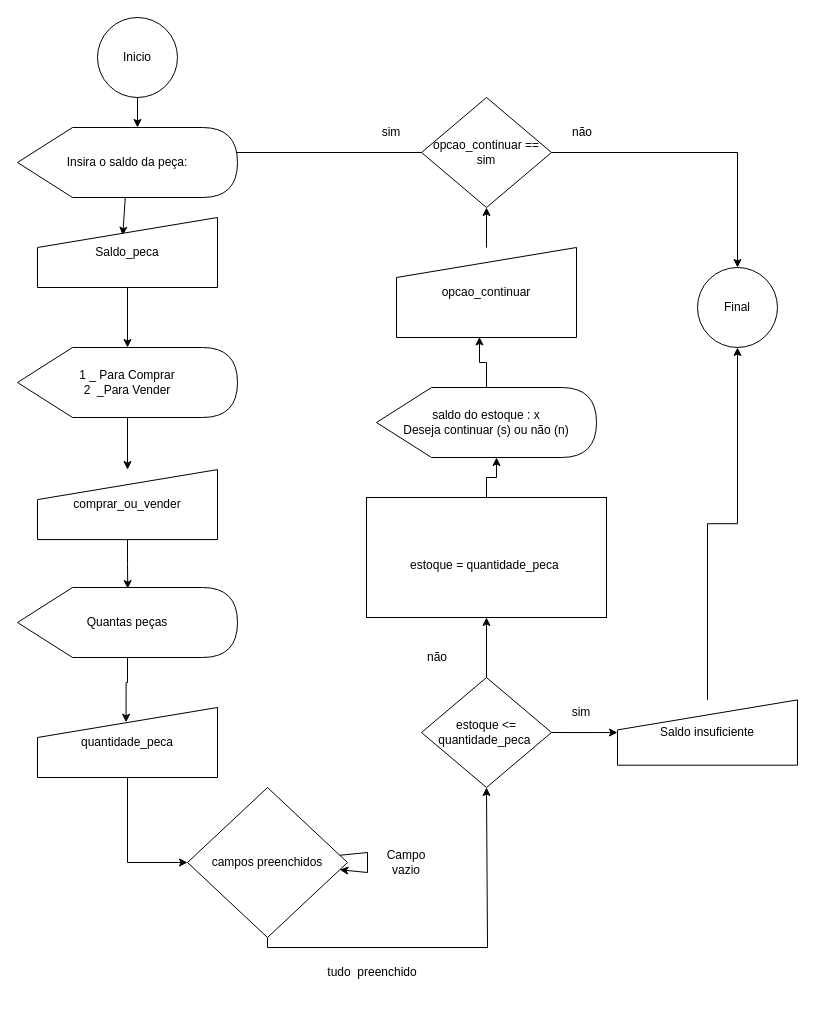
Wsanbey/Logica_de_programacao_do_senae keeps this draw.io diagram as Diagrama do projeto.drawio. Above is the earlier version. Source tidied: cells renumbered, new cells numbered last; positions are measured from the earlier drawing's top-left corner, leaving out a move shared by most shapes. Both pictures are drawn from the tidied source at 100%, with x=0, y=0 at pixel (17, 17).
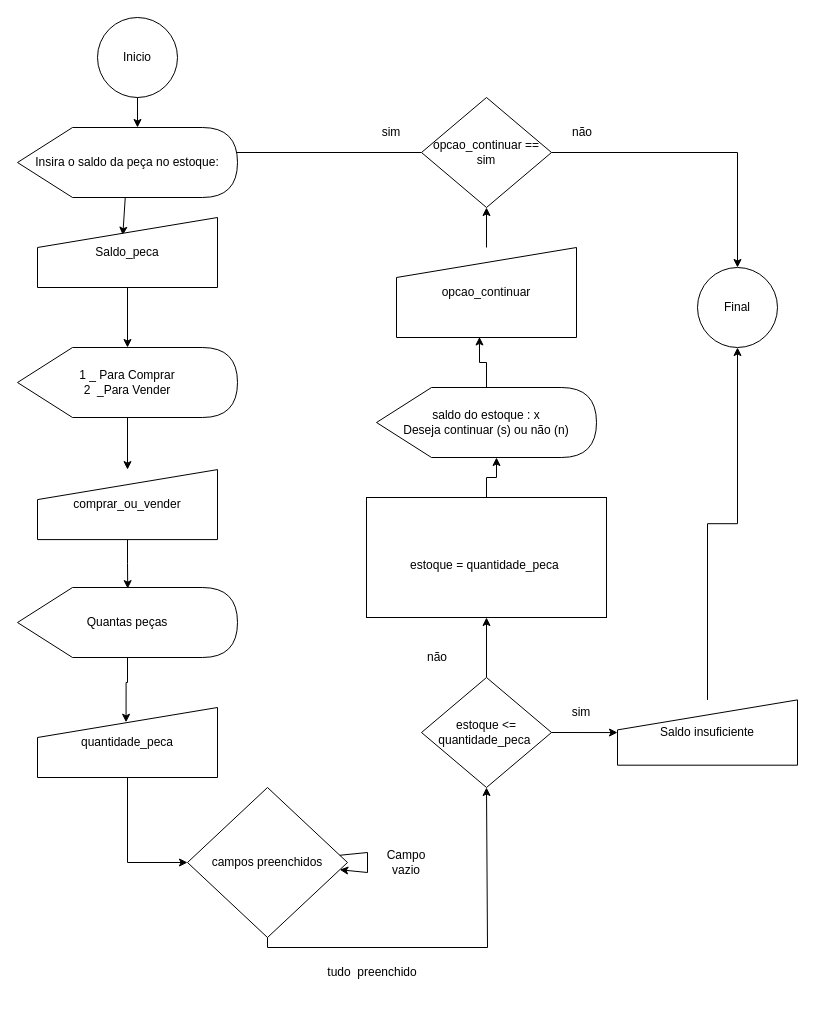
After the change.

Commit message:
definindo primeira entrada como valor em estoque.drawio

The edit, as a diff of the source:
```diff
@@
-    <mxCell id="27" value="Insira o saldo da peça:" style="shape=display;whiteSpace=wrap;html=1;" parent="1" vertex="1">
+    <mxCell id="27" value="Insira o saldo da peça no estoque:" style="shape=display;whiteSpace=wrap;html=1;" parent="1" vertex="1">
       <mxGeometry y="110" width="220" height="70" as="geometry" />
     </mxCell>
```
